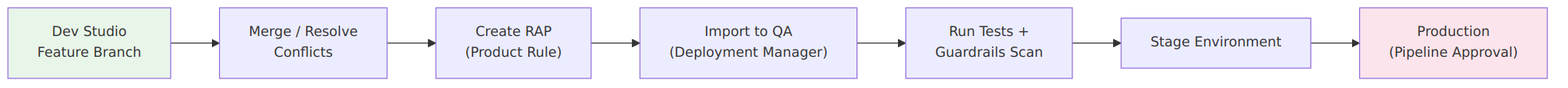
Before: pega-interview-prep/diagrams/09-deployment-pipeline.png, a diagram exported from Mermaid (pratham-vishk/pega-interview-romance-guide). Its source is kept beside it as pega-interview-prep/diagrams/09-deployment-pipeline.mmd.
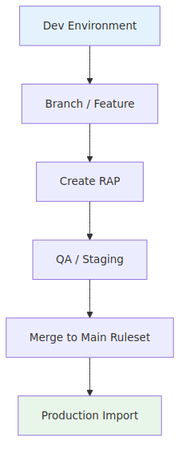
After the commit.

What changed in the source:
```diff
@@ -1,10 +1,9 @@
-flowchart LR
-    DEV["Dev Studio\nFeature Branch"] --> MR["Merge / Resolve\nConflicts"]
-    MR --> RAP["Create RAP\n(Product Rule)"]
-    RAP --> QA["Import to QA\n(Deployment Manager)"]
-    QA --> TEST["Run Tests +\nGuardrails Scan"]
-    TEST --> STG["Stage Environment"]
-    STG --> PROD["Production\n(Pipeline Approval)"]
+flowchart TD
+    D["Dev Environment"] --> B["Branch / Feature"]
+    B --> R["Create RAP"]
+    R --> Q["QA / Staging"]
+    Q --> M["Merge to Main Ruleset"]
+    M --> P["Production Import"]
 
-    style DEV fill:#e8f5e9
-    style PROD fill:#fce4ec
+    style D fill:#e3f2fd
+    style P fill:#e8f5e9
```
